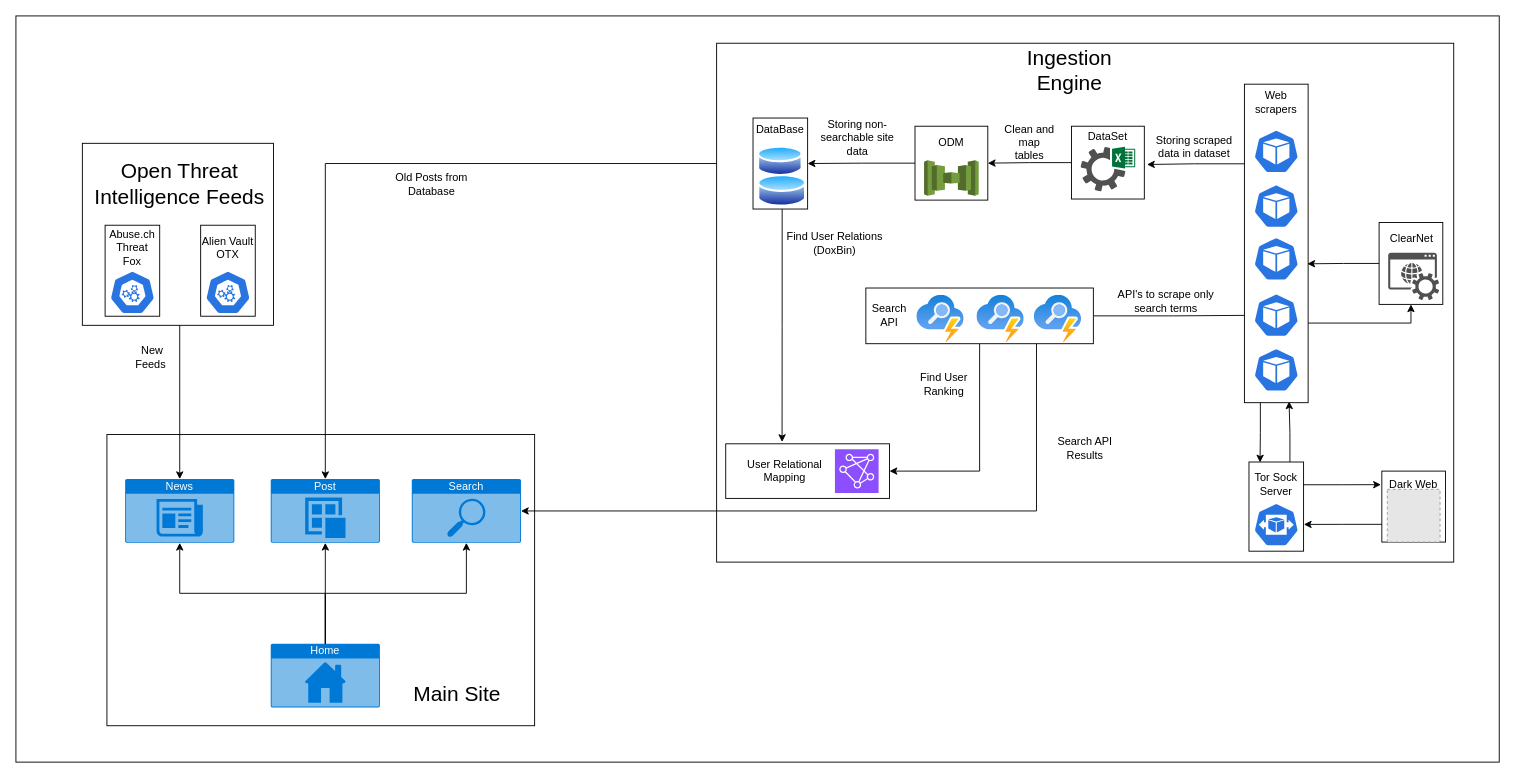
This is images/Flow Diagram Major Porject.drawio from snowkluster/TAP, a draw.io file, before an edit. Source tidied: cells renumbered, new cells numbered last; positions are measured from the earlier drawing's top-left corner, leaving out a move shared by most shapes. Both pictures are drawn from the tidied source at 91%, with x=0, y=0 at pixel (15, 15). Pictures stored in the file or linked from it are replaced by grey dashed boxes.
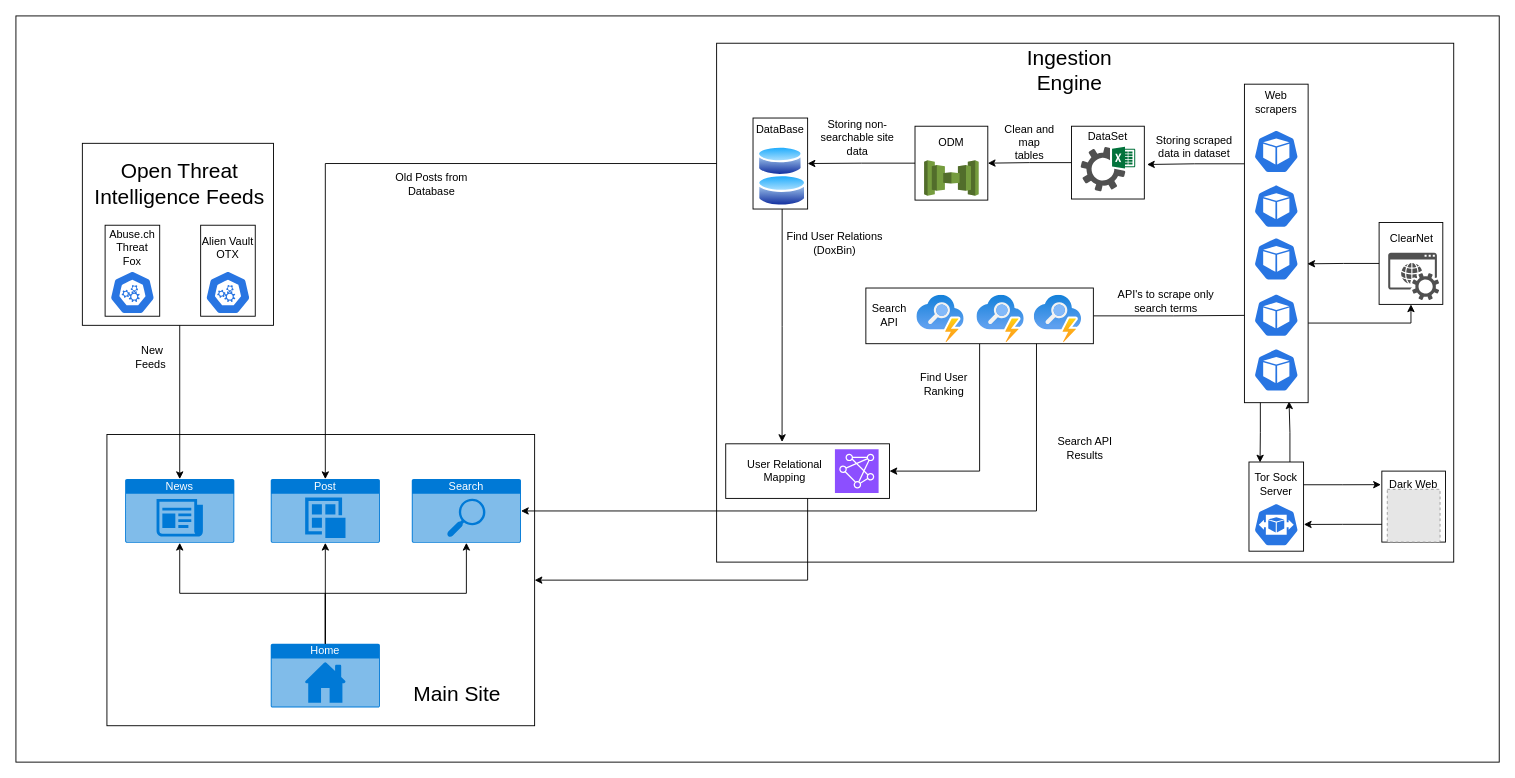
The same page after the edit.

The change refers to these unchanged cells:
```xml
<mxCell id="3" style="rounded=0;whiteSpace=wrap;html=1;" parent="1" vertex="1">
  <mxGeometry x="100" y="460" width="470" height="320" as="geometry" />
</mxCell>
<mxCell id="28" style="rounded=0;whiteSpace=wrap;html=1;" parent="24" vertex="1">
  <mxGeometry x="10" y="440.2" width="180" height="60" as="geometry" />
</mxCell>
```

Diff of the diagram source:
```diff
@@
+    <mxCell id="82" style="edgeStyle=orthogonalEdgeStyle;rounded=0;jettySize=auto;html=1;exitX=0.5;exitY=1;exitDx=0;exitDy=0;" parent="1" edge="1" source="28" target="3">
+      <mxGeometry relative="1" as="geometry" />
+    </mxCell>
```
